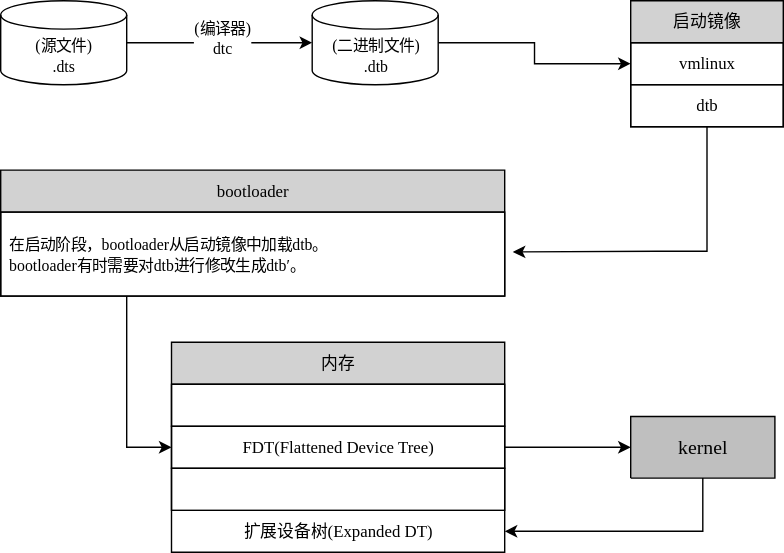
Earlier version of the draw.io export Linux内核原理及其开发/Resources/设备树生命周期.drawio.svg (h13-0/Notebooks). Source tidied: cells renumbered, new cells last; positions are measured from the earlier drawing's top-left corner, leaving out a move shared by most shapes.
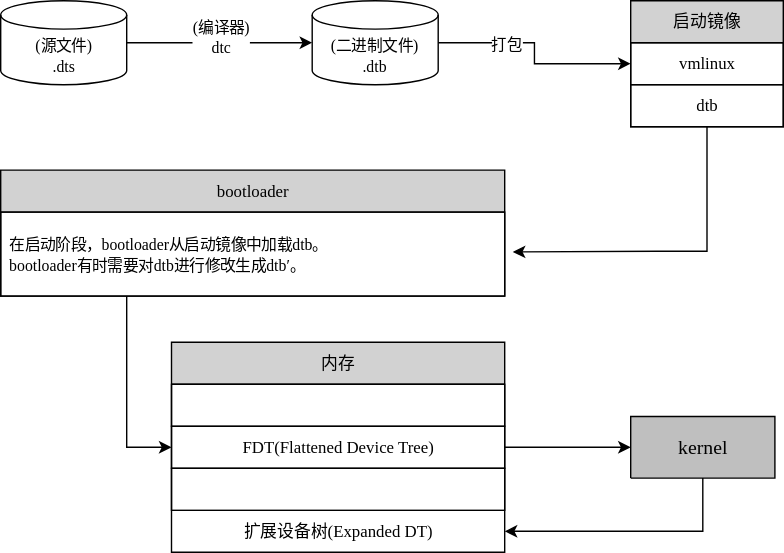
After the change.

Commit message:
vault backup: 2025-10-30 14:05:48

Change to the diagram source:
```diff
@@ -23,6 +23,9 @@
     <mxCell id="8" style="edgeStyle=orthogonalEdgeStyle;rounded=0;jettySize=auto;html=1;exitX=1;exitY=0.5;exitDx=0;exitDy=0;exitPerimeter=0;entryX=0;entryY=0.5;entryDx=0;entryDy=0;" parent="1" edge="1" source="9" target="14">
       <mxGeometry relative="1" as="geometry" />
     </mxCell>
+    <mxCell id="25" value="&lt;font face=&quot;思源等宽&quot;&gt;打包&lt;/font&gt;" style="edgeLabel;html=1;align=center;verticalAlign=middle;" parent="8" vertex="1">
+      <mxGeometry x="-0.36" y="-1" relative="1" as="geometry" />
+    </mxCell>
     <mxCell id="9" value="&lt;span style=&quot;font-family: 思源等宽; font-size: 11.29px;&quot;&gt;(二进制文件)&lt;/span&gt;&lt;br style=&quot;font-family: 思源等宽; font-size: 11.29px;&quot;&gt;&lt;span style=&quot;font-family: 思源等宽; font-size: 11.29px;&quot;&gt;.dtb&lt;/span&gt;" style="shape=cylinder3;whiteSpace=wrap;html=1;boundedLbl=1;backgroundOutline=1;size=10.133349609374932;fillColor=none;" parent="1" vertex="1">
       <mxGeometry x="222.5" width="90" height="60" as="geometry" />
     </mxCell>
```
